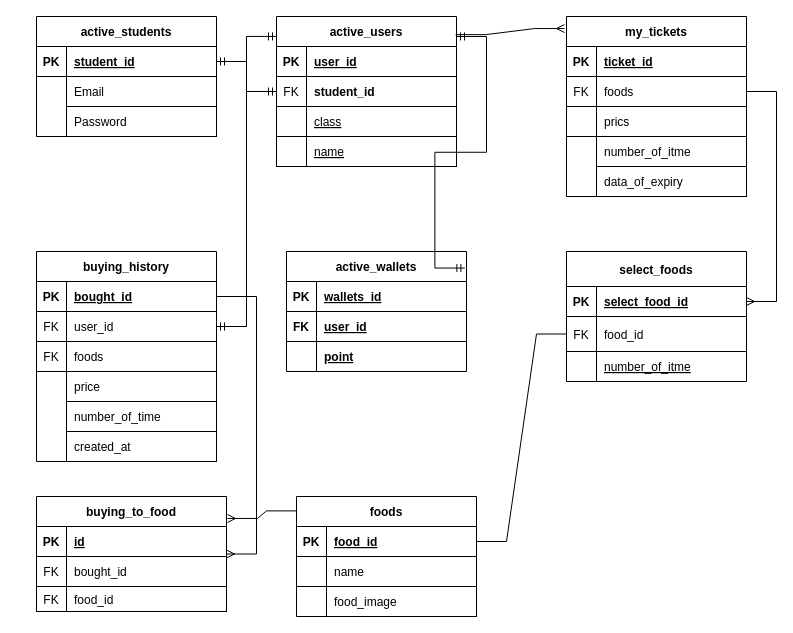
set2002satoshi/web_content keeps this draw.io diagram as api/名称未設定ファイル.drawio. Above is the earlier version. Source tidied: cells renumbered, new cells numbered last; positions are measured from the earlier drawing's top-left corner, leaving out a move shared by most shapes. Both pictures are drawn from the tidied source at 100%, with x=0, y=0 at pixel (16, 16).
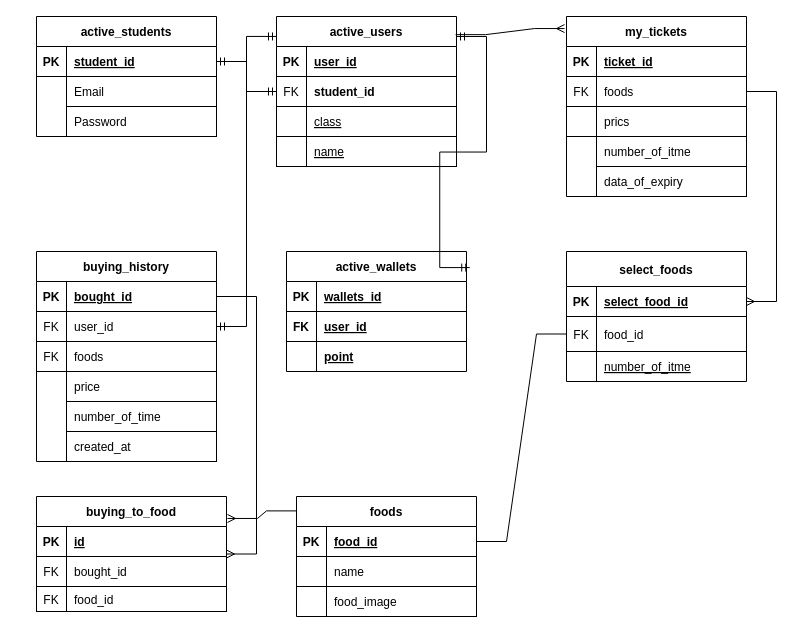
Above is the later version.

Commit message:
ER図ファイル.drawio を更新します

Unchanged cells that the change refers to:
```xml
<mxCell id="22" value="active_wallets" style="shape=table;startSize=30;childLayout=tableLayout;rowLines=0;fontStyle=1;align=center;" parent="1" vertex="1">
  <mxGeometry x="270" y="235" width="180" height="120" as="geometry" />
</mxCell>
```

The edit, as a diff of the source:
```diff
@@
-    <mxCell id="44" style="edgeStyle=entityRelationEdgeStyle;fontSize=12;html=1;endArrow=ERmandOne;startArrow=ERmandOne;rounded=0;fontColor=none;entryX=0.991;entryY=0.138;entryDx=0;entryDy=0;entryPerimeter=0;" parent="1" edge="1" target="22">
+    <mxCell id="44" style="edgeStyle=entityRelationEdgeStyle;fontSize=12;html=1;endArrow=ERmandOne;startArrow=ERmandOne;rounded=0;fontColor=none;entryX=1.018;entryY=0.134;entryDx=0;entryDy=0;entryPerimeter=0;" parent="1" edge="1" target="22">
       <mxGeometry relative="1" as="geometry">
         <mxPoint x="440" y="20" as="sourcePoint" />
       </mxGeometry>
     </mxCell>
```
